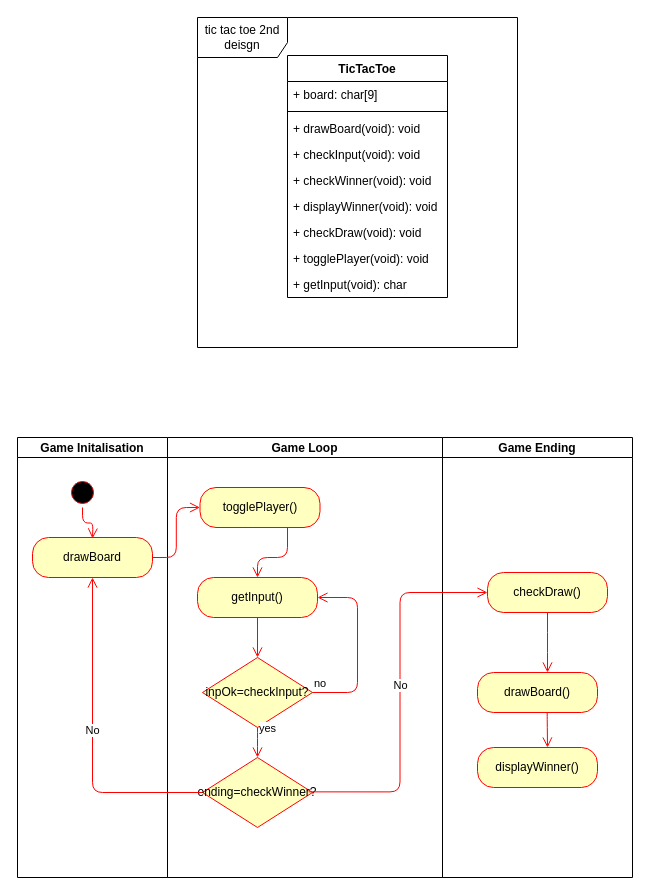
This is schema/Tictactoe activity2.drawio from deeperj/rust, a draw.io file, before an edit. Source tidied: cells renumbered, new cells numbered last; positions are measured from the earlier drawing's top-left corner, leaving out a move shared by most shapes. Both pictures are drawn from the tidied source at 100%, with x=0, y=0 at pixel (17, 17).
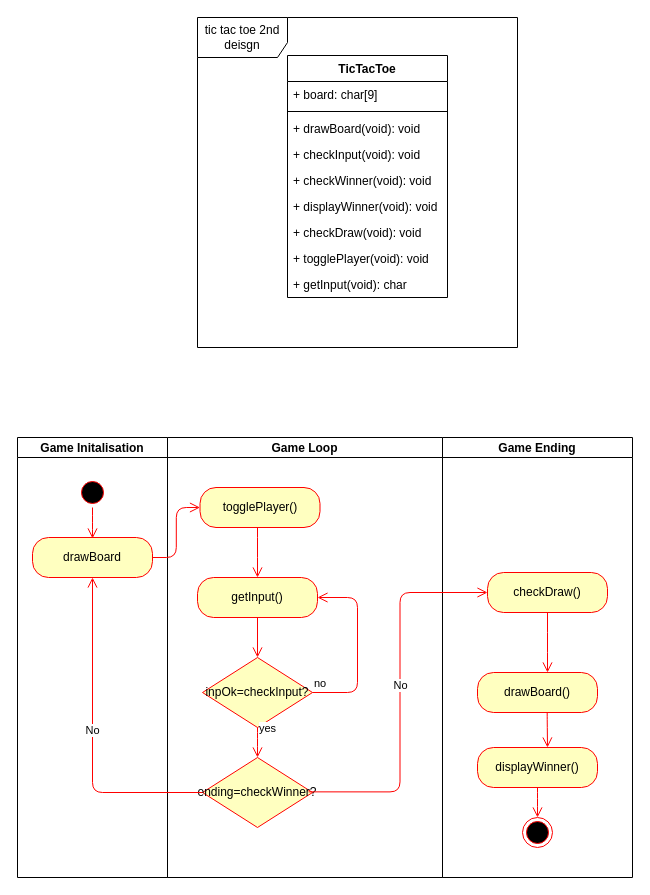
The same page after the edit.

Unchanged cells that the change refers to:
```xml
<mxCell id="13" value="Game Initalisation" style="swimlane;startSize=20;fontColor=#000000;" parent="1" vertex="1">
  <mxGeometry y="420" width="150" height="440" as="geometry" />
</mxCell>
<mxCell id="17" value="Game Loop" style="swimlane;startSize=20;fontColor=#000000;" parent="1" vertex="1">
  <mxGeometry x="150" y="420" width="275" height="440" as="geometry" />
</mxCell>
<mxCell id="18" value="togglePlayer()" style="rounded=1;whiteSpace=wrap;html=1;arcSize=40;fontColor=#000000;fillColor=#ffffc0;strokeColor=#ff0000;" parent="17" vertex="1">
  <mxGeometry x="32.5" y="50" width="120" height="40" as="geometry" />
</mxCell>
<mxCell id="19" value="getInput()" style="rounded=1;whiteSpace=wrap;html=1;arcSize=40;fontColor=#000000;fillColor=#ffffc0;strokeColor=#ff0000;" parent="17" vertex="1">
  <mxGeometry x="30" y="140" width="120" height="40" as="geometry" />
</mxCell>
<mxCell id="26" value="Game Ending" style="swimlane;startSize=20;fontColor=#000000;" parent="1" vertex="1">
  <mxGeometry x="425" y="420" width="190" height="440" as="geometry" />
</mxCell>
<mxCell id="30" value="displayWinner()" style="rounded=1;whiteSpace=wrap;html=1;arcSize=40;fontColor=#000000;fillColor=#ffffc0;strokeColor=#ff0000;" parent="26" vertex="1">
  <mxGeometry x="35" y="310" width="120" height="40" as="geometry" />
</mxCell>
```

Diff of the diagram source:
```diff
@@
     <mxCell id="14" style="ellipse;html=1;shape=startState;fillColor=#000000;strokeColor=#ff0000;fontColor=#000000;" parent="13" vertex="1">
-      <mxGeometry x="50" y="40" width="30" height="30" as="geometry" />
+      <mxGeometry x="60" y="40" width="30" height="30" as="geometry" />
     </mxCell>
@@
     <mxCell id="23" style="edgeStyle=orthogonalEdgeStyle;html=1;verticalAlign=bottom;endArrow=open;endSize=8;strokeColor=#ff0000;fontColor=#000000;entryX=0.5;entryY=0;entryDx=0;entryDy=0;" parent="17" edge="1" source="18" target="19">
       <mxGeometry relative="1" as="geometry">
         <Array as="points">
-          <mxPoint x="120" y="120" />
-          <mxPoint x="90" y="120" />
+          <mxPoint x="90" y="110" />
+          <mxPoint x="90" y="110" />
         </Array>
       </mxGeometry>
     </mxCell>
@@
+    <mxCell id="35" style="ellipse;html=1;shape=endState;fillColor=#000000;strokeColor=#ff0000;" parent="26" vertex="1">
+      <mxGeometry x="80" y="380" width="30" height="30" as="geometry" />
+    </mxCell>
+    <mxCell id="36" style="edgeStyle=orthogonalEdgeStyle;html=1;verticalAlign=bottom;endArrow=open;endSize=8;strokeColor=#ff0000;fontColor=#000000;exitX=0.5;exitY=1;exitDx=0;exitDy=0;entryX=0.5;entryY=0;entryDx=0;entryDy=0;" parent="26" edge="1" source="30" target="35">
+      <mxGeometry relative="1" as="geometry">
+        <Array as="points">
+          <mxPoint x="95" y="360" />
+          <mxPoint x="95" y="360" />
+        </Array>
+      </mxGeometry>
+    </mxCell>
```
